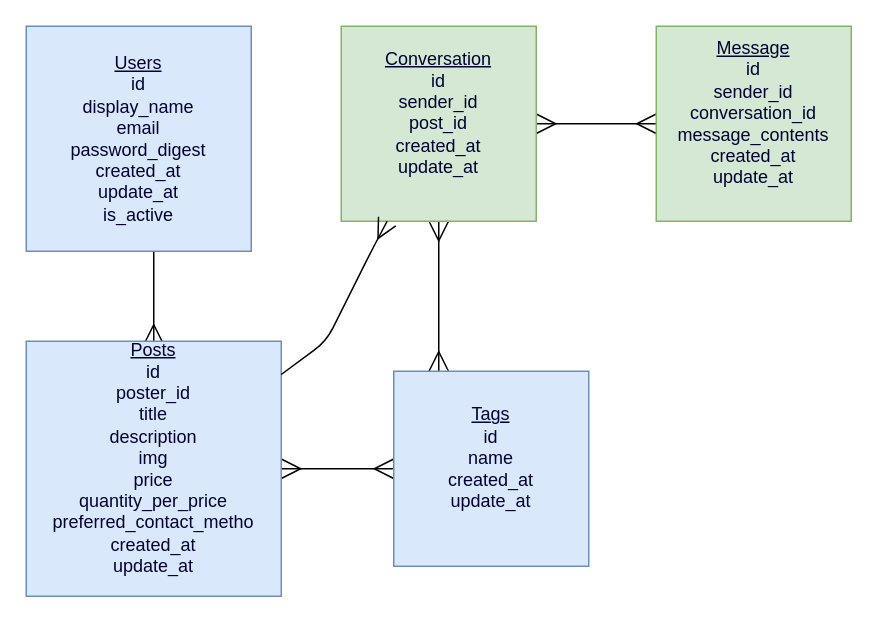
Earlier version of the draw.io diagram erb.drawio (myra-1/remote-farmers-market). Source tidied: cells renumbered, new cells numbered last; positions are measured from the earlier drawing's top-left corner, leaving out a move shared by most shapes. Both pictures are drawn from the tidied source at 150%, with x=0, y=0 at pixel (26, 26).
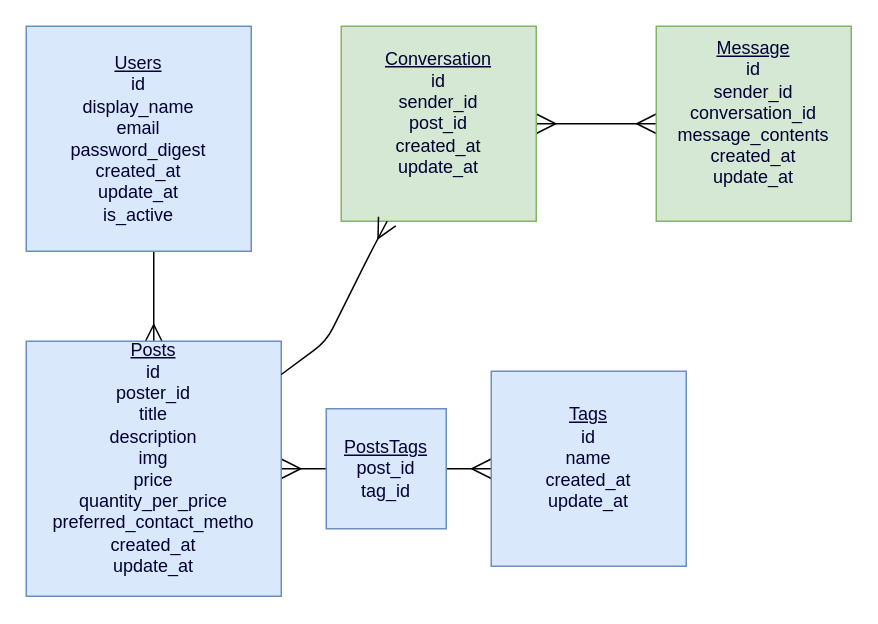
Above is the later version.

What changed in the source:
```diff
@@
 <mxGraphModel>
   <root>
     <mxCell id="0" />
     <mxCell id="1" parent="0" />
     <mxCell id="2" style="edgeStyle=orthogonalEdgeStyle;rounded=0;jettySize=auto;html=1;endArrow=ERmany;endFill=0;endSize=9;startSize=11;" parent="1" edge="1" source="3" target="5">
       <mxGeometry relative="1" as="geometry">
         <Array as="points">
           <mxPoint x="85" y="170" />
           <mxPoint x="85" y="170" />
         </Array>
       </mxGeometry>
     </mxCell>
     <mxCell id="3" value="&lt;font color=&quot;#000033&quot;&gt;&lt;u&gt;Users&lt;/u&gt;&lt;br&gt;id&lt;br&gt;display_name&lt;br&gt;email&lt;br&gt;password_digest&lt;br&gt;created_at&lt;br&gt;update_at&lt;br&gt;is_active&lt;br&gt;&lt;/font&gt;" style="whiteSpace=wrap;html=1;fillColor=#dae8fc;strokeColor=#6c8ebf;" parent="1" vertex="1">
       <mxGeometry width="150" height="150" as="geometry" />
     </mxCell>
     <mxCell id="4" style="edgeStyle=orthogonalEdgeStyle;rounded=0;jettySize=auto;html=1;verticalAlign=middle;horizontal=1;endArrow=ERmany;endFill=0;startArrow=ERmany;startFill=0;endSize=11;startSize=11;" parent="1" edge="1" source="5" target="7">
       <mxGeometry relative="1" as="geometry" />
     </mxCell>
     <mxCell id="5" value="&lt;font color=&quot;#000033&quot;&gt;&lt;u&gt;Posts&lt;/u&gt;&lt;br&gt;id&lt;br&gt;poster_id&lt;br&gt;title&lt;br&gt;description&lt;br&gt;img&lt;br&gt;price&lt;br&gt;quantity_per_price&lt;br&gt;preferred_contact_metho&lt;br&gt;created_at&lt;br&gt;update_at&lt;br&gt;&lt;br&gt;&lt;/font&gt;" style="whiteSpace=wrap;html=1;fillColor=#dae8fc;strokeColor=#6c8ebf;" parent="1" vertex="1">
       <mxGeometry y="210" width="170" height="170" as="geometry" />
     </mxCell>
-    <mxCell id="6" style="edgeStyle=orthogonalEdgeStyle;rounded=0;jettySize=auto;html=1;startArrow=ERmany;startFill=0;endArrow=ERmany;endFill=0;endSize=11;startSize=11;" parent="1" edge="1" source="7" target="9">
-      <mxGeometry relative="1" as="geometry">
-        <Array as="points">
-          <mxPoint x="275" y="190" />
-          <mxPoint x="275" y="190" />
-        </Array>
-      </mxGeometry>
-    </mxCell>
     <mxCell id="7" value="&lt;font color=&quot;#000033&quot;&gt;&lt;u&gt;Tags&lt;/u&gt;&lt;br&gt;id&lt;br&gt;name&lt;br&gt;created_at&lt;br&gt;update_at&lt;br&gt;&lt;br&gt;&lt;/font&gt;" style="whiteSpace=wrap;html=1;fillColor=#dae8fc;strokeColor=#6c8ebf;" parent="1" vertex="1">
-      <mxGeometry x="245" y="230" width="130" height="130" as="geometry" />
+      <mxGeometry x="310" y="230" width="130" height="130" as="geometry" />
     </mxCell>
     <mxCell id="8" style="edgeStyle=orthogonalEdgeStyle;rounded=0;jettySize=auto;html=1;startArrow=ERmany;startFill=0;endArrow=ERmany;endFill=0;endSize=11;startSize=11;" parent="1" edge="1" source="9" target="10">
       <mxGeometry relative="1" as="geometry" />
     </mxCell>
     <mxCell id="9" value="&lt;font color=&quot;#000033&quot;&gt;&lt;u&gt;Conversation&lt;/u&gt;&lt;br&gt;id&lt;br&gt;sender_id&lt;br&gt;post_id&lt;br&gt;created_at&lt;br&gt;update_at&lt;br&gt;&lt;br&gt;&lt;/font&gt;" style="whiteSpace=wrap;html=1;fillColor=#d5e8d4;strokeColor=#82b366;" parent="1" vertex="1">
       <mxGeometry x="210" width="130" height="130" as="geometry" />
     </mxCell>
     <mxCell id="10" value="&lt;font color=&quot;#000033&quot;&gt;&lt;u&gt;Message&lt;/u&gt;&lt;br&gt;id&lt;br&gt;sender_id&lt;br&gt;conversation_id&lt;br&gt;message_contents&lt;br&gt;created_at&lt;br&gt;update_at&lt;br&gt;&lt;br&gt;&lt;/font&gt;" style="whiteSpace=wrap;html=1;fillColor=#d5e8d4;strokeColor=#82b366;" parent="1" vertex="1">
       <mxGeometry x="420" width="130" height="130" as="geometry" />
     </mxCell>
     <mxCell id="11" style="endArrow=ERmany;html=1;endFill=0;endSize=11;" parent="1" edge="1" source="5" target="9">
       <mxGeometry relative="1" as="geometry">
         <Array as="points">
           <mxPoint x="200" y="210" />
           <mxPoint x="230" y="150" />
         </Array>
       </mxGeometry>
     </mxCell>
+    <mxCell id="12" value="&lt;font color=&quot;#000033&quot;&gt;&lt;u&gt;PostsTags&lt;/u&gt;&lt;br&gt;post_id&lt;br&gt;tag_id&lt;br&gt;&lt;/font&gt;" style="whiteSpace=wrap;html=1;fillColor=#dae8fc;strokeColor=#6c8ebf;" parent="1" vertex="1">
+      <mxGeometry x="200" y="255" width="80" height="80" as="geometry" />
+    </mxCell>
   </root>
 </mxGraphModel>
```
